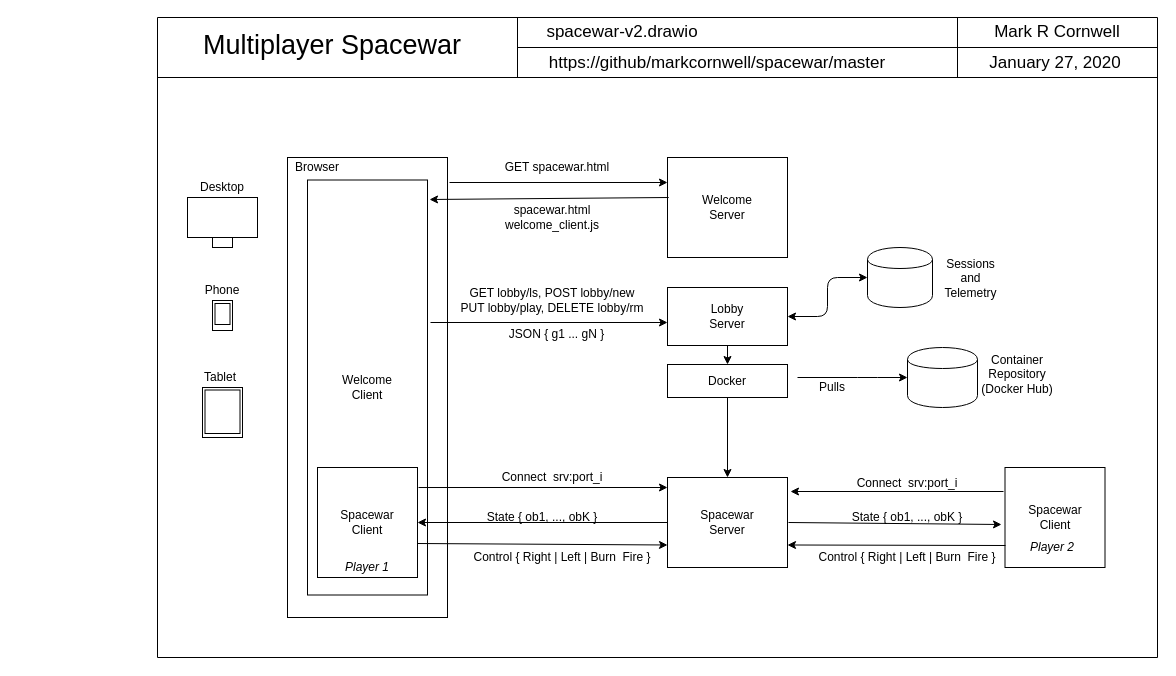
Above: page "Page-2" (2 of 2) of doc/spacewar-v2.drawio in markcornwell/spacewar (draw.io), before the change. Source tidied: cells renumbered, new cells numbered last; positions are measured from the earlier drawing's top-left corner, leaving out a move shared by most shapes. Both pictures are drawn from the tidied source at 100%, with x=0, y=0 at pixel (17, 17).
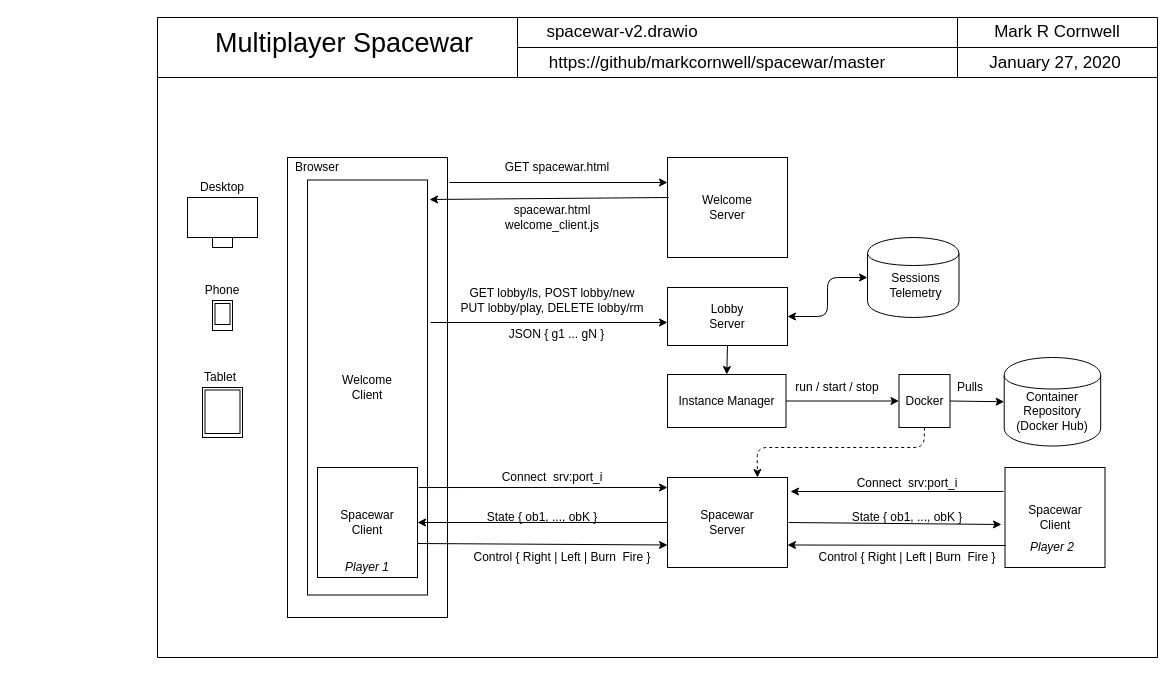
After the change.

The change refers to these unchanged cells:
```xml
<mxCell id="14" value="Spacewar&lt;br&gt;Server" style="rounded=0;whiteSpace=wrap;html=1;" parent="1" vertex="1">
  <mxGeometry x="650" y="460" width="120" height="90" as="geometry" />
</mxCell>
```

The edit, as a diff of the source:
```diff
@@
-    <mxCell id="15" value="Docker" style="rounded=0;whiteSpace=wrap;html=1;" parent="1" vertex="1">
-      <mxGeometry x="650" y="347" width="120" height="33" as="geometry" />
+    <mxCell id="15" value="Instance Manager" style="rounded=0;whiteSpace=wrap;html=1;" parent="1" vertex="1">
+      <mxGeometry x="650" y="357" width="118.5" height="53" as="geometry" />
     </mxCell>
-    <mxCell id="16" style="endArrow=classic;html=1;exitX=0.5;exitY=1;exitDx=0;exitDy=0;entryX=0.5;entryY=0;entryDx=0;entryDy=0;" parent="1" edge="1" source="15" target="14">
+    <mxCell id="16" style="endArrow=classic;html=1;exitX=1;exitY=0.5;exitDx=0;exitDy=0;entryX=0;entryY=0.5;entryDx=0;entryDy=0;" parent="1" edge="1" source="15" target="63">
       <mxGeometry relative="1" as="geometry" />
     </mxCell>
     <mxCell id="17" style="shape=cylinder;whiteSpace=wrap;html=1;boundedLbl=1;backgroundOutline=1;" parent="1" vertex="1">
-      <mxGeometry x="850" y="230" width="65" height="60" as="geometry" />
+      <mxGeometry x="850" y="220" width="91.5" height="80" as="geometry" />
     </mxCell>
-    <mxCell id="18" value="Sessions&lt;br&gt;and&lt;br&gt;Telemetry" style="text;html=1;align=center;verticalAlign=middle;" parent="1" vertex="1">
-      <mxGeometry x="917.5" y="236" width="70" height="50" as="geometry" />
+    <mxCell id="18" value="Sessions&lt;br&gt;Telemetry" style="text;html=1;align=center;verticalAlign=middle;" parent="1" vertex="1">
+      <mxGeometry x="862.5" y="253" width="70" height="30" as="geometry" />
     </mxCell>
@@
     <mxCell id="37" style="shape=cylinder;whiteSpace=wrap;html=1;boundedLbl=1;backgroundOutline=1;" parent="1" vertex="1">
-      <mxGeometry x="890" y="330" width="70" height="60" as="geometry" />
+      <mxGeometry x="986.7" y="340" width="96.5" height="88.5" as="geometry" />
     </mxCell>
     <mxCell id="38" value="Container Repository&lt;br&gt;(Docker Hub)" style="text;html=1;strokeColor=none;fillColor=none;align=center;verticalAlign=middle;whiteSpace=wrap;rounded=0;" parent="1" vertex="1">
-      <mxGeometry x="950" y="347" width="100" height="20" as="geometry" />
+      <mxGeometry x="985" y="384.2" width="100" height="20" as="geometry" />
     </mxCell>
-    <mxCell id="39" style="endArrow=classic;html=1;entryX=0;entryY=0.5;entryDx=0;entryDy=0;" parent="1" edge="1" target="37">
-      <mxGeometry relative="1" as="geometry">
-        <mxPoint x="780" y="360" as="sourcePoint" />
-        <Array as="points">
-          <mxPoint x="850" y="360" />
-        </Array>
-      </mxGeometry>
-    </mxCell>
     <mxCell id="40" value="Pulls" style="text;html=1;strokeColor=none;fillColor=none;align=center;verticalAlign=middle;whiteSpace=wrap;rounded=0;" parent="1" vertex="1">
-      <mxGeometry x="795" y="360" width="40" height="20" as="geometry" />
+      <mxGeometry x="932.5" y="360" width="40" height="20" as="geometry" />
     </mxCell>
@@
     <mxCell id="54" value="Multiplayer Spacewar" style="text;html=1;strokeColor=none;fillColor=none;align=center;verticalAlign=middle;whiteSpace=wrap;rounded=0;fontSize=27;" parent="1" vertex="1">
-      <mxGeometry y="18" width="630" height="20" as="geometry" />
+      <mxGeometry x="11.5" y="16" width="630" height="20" as="geometry" />
     </mxCell>
@@
+    <mxCell id="63" value="Docker" style="rounded=0;whiteSpace=wrap;html=1;" parent="1" vertex="1">
+      <mxGeometry x="881.5" y="357" width="51" height="53" as="geometry" />
+    </mxCell>
+    <mxCell id="64" style="endArrow=classic;html=1;entryX=0;entryY=0.5;entryDx=0;entryDy=0;exitX=1;exitY=0.5;exitDx=0;exitDy=0;" parent="1" edge="1" source="63" target="37">
+      <mxGeometry relative="1" as="geometry" />
+    </mxCell>
+    <mxCell id="65" style="endArrow=classic;html=1;entryX=0.75;entryY=0;entryDx=0;entryDy=0;exitX=0.5;exitY=1;exitDx=0;exitDy=0;dashed=1;" parent="1" edge="1" source="63" target="14">
+      <mxGeometry relative="1" as="geometry">
+        <Array as="points">
+          <mxPoint x="906.5" y="430" />
+          <mxPoint x="739.5" y="430" />
+        </Array>
+      </mxGeometry>
+    </mxCell>
+    <mxCell id="66" value="run / start / stop" style="text;html=1;strokeColor=none;fillColor=none;align=center;verticalAlign=middle;whiteSpace=wrap;rounded=0;" parent="1" vertex="1">
+      <mxGeometry x="770" y="360" width="100" height="20" as="geometry" />
+    </mxCell>
```
